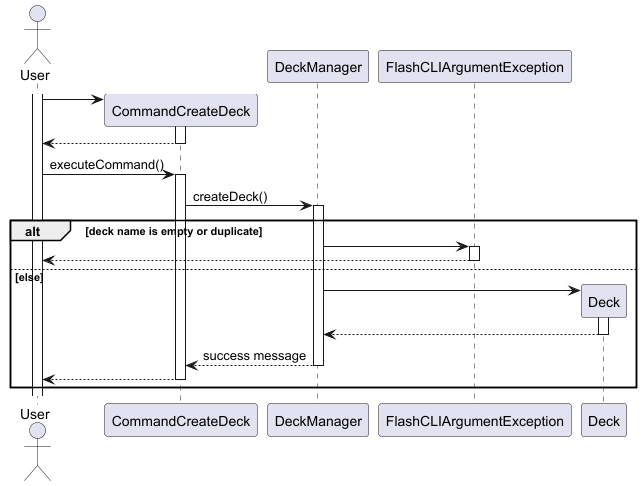
The PlantUML diagram docs/images/CreateDeckSequenceDiagram.png in felfelyuen/tp, before a commit. Its diagram source:
```plantuml
@startuml

actor User
participant CommandCreateDeck
participant DeckManager
participant FlashCLIArgumentException
participant Deck

activate User
create CommandCreateDeck
User -> CommandCreateDeck
activate CommandCreateDeck

CommandCreateDeck --> User
deactivate CommandCreateDeck


User -> CommandCreateDeck: executeCommand()
activate CommandCreateDeck
CommandCreateDeck -> DeckManager: createDeck()
activate DeckManager

alt deck name is empty or duplicate
    DeckManager -> FlashCLIArgumentException
    activate FlashCLIArgumentException
    FlashCLIArgumentException --> User
    deactivate FlashCLIArgumentException

else else
    create Deck
    DeckManager -> Deck
    activate Deck
    Deck --> DeckManager
    deactivate Deck
    DeckManager --> CommandCreateDeck : success message
    deactivate DeckManager
    CommandCreateDeck --> User
    deactivate CommandCreateDeck
end alt

@enduml
```
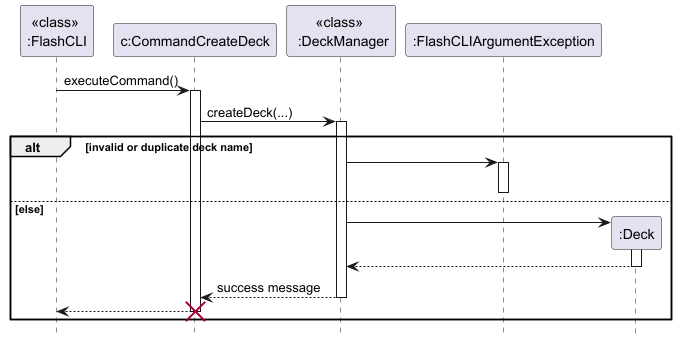
Above is the later version.

Change to the diagram source:
```diff
@@ -1,29 +1,20 @@
 @startuml
 
-actor User
-participant CommandCreateDeck
-participant DeckManager
-participant FlashCLIArgumentException
-participant Deck
+hide footbox
+participant "<<class>> \n:FlashCLI" as FlashCLI
+participant "c:CommandCreateDeck" as CommandCreateDeck
+participant "<<class>> \n :DeckManager" as DeckManager
+participant ":FlashCLIArgumentException" as FlashCLIArgumentException
+participant ":Deck" as Deck
 
-activate User
-create CommandCreateDeck
-User -> CommandCreateDeck
+FlashCLI -> CommandCreateDeck: executeCommand()
 activate CommandCreateDeck
-
-CommandCreateDeck --> User
-deactivate CommandCreateDeck
-
-
-User -> CommandCreateDeck: executeCommand()
-activate CommandCreateDeck
-CommandCreateDeck -> DeckManager: createDeck()
+CommandCreateDeck -> DeckManager: createDeck(...)
 activate DeckManager
 
-alt deck name is empty or duplicate
+alt invalid or duplicate deck name
     DeckManager -> FlashCLIArgumentException
     activate FlashCLIArgumentException
-    FlashCLIArgumentException --> User
     deactivate FlashCLIArgumentException
 
 else else
@@ -34,8 +25,9 @@
     deactivate Deck
     DeckManager --> CommandCreateDeck : success message
     deactivate DeckManager
-    CommandCreateDeck --> User
+    CommandCreateDeck --> FlashCLI
     deactivate CommandCreateDeck
+    destroy CommandCreateDeck
 end alt
 
 @enduml
```
